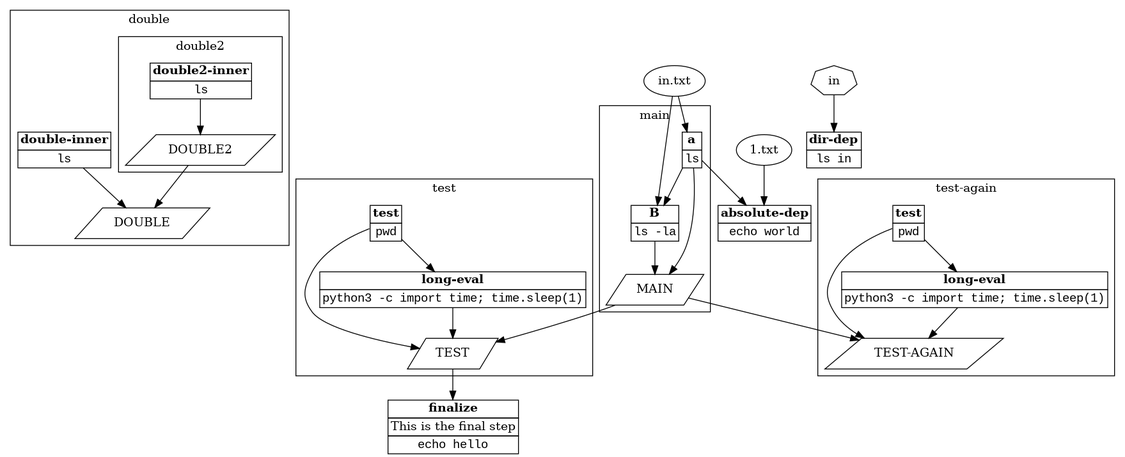
Earlier version of the Graphviz export examples/example/graph.png (tivvit/yap). Its source is kept beside it as examples/example/graph.dot.
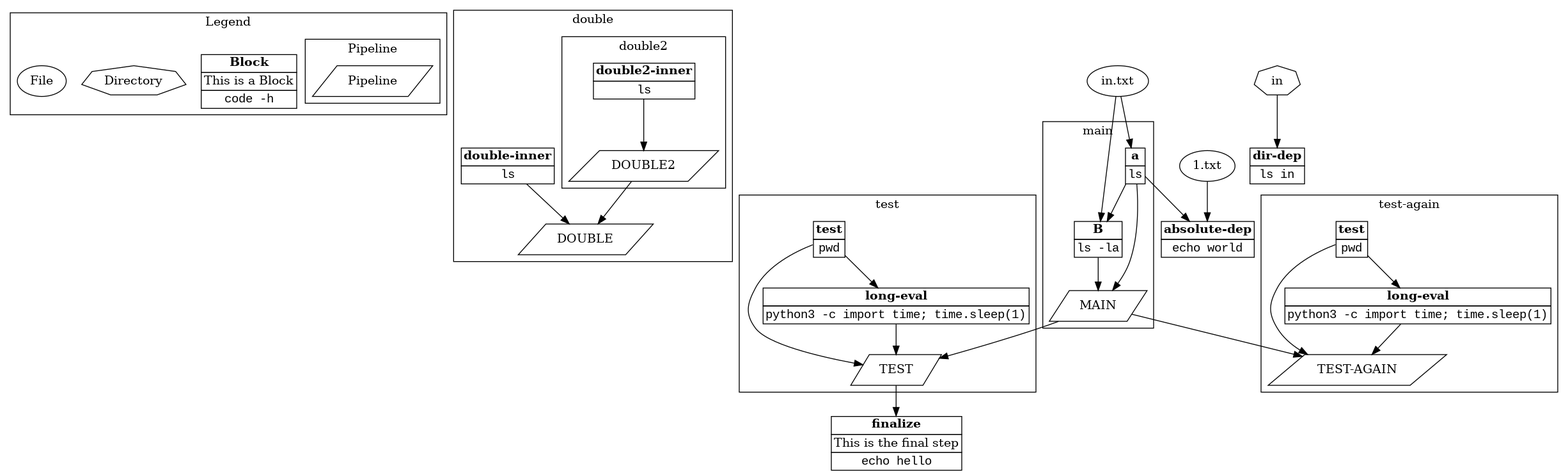
After the change.

The edit, as a diff of the source:
```diff
@@ -1,63 +1,75 @@
 digraph  {
-	subgraph cluster_s0 {
-		ID = "cluster_s0";
+	subgraph cluster_s4 {
+		ID = "cluster_s4";
+		subgraph cluster_s0 {
+			ID = "cluster_s0";
+			label="Pipeline";
+			n22[label="Pipeline",shape="parallelogram"];
+
+		}label="Legend";
+		n23[label=<<table border="0" cellborder="1" cellspacing="0"><tr><td><b>Block</b></td></tr><tr><td>This is a Block</td></tr><tr><td><font face="Courier New, Courier, monospace">code -h</font></td></tr></table>>,shape="plain"];
+		n21[label="Directory",shape="septagon"];
+		n20[label="File",shape="oval"];
+
+	}subgraph cluster_s3 {
+		ID = "cluster_s3";
 		subgraph cluster_s0 {
 			ID = "cluster_s0";
 			label="double2";
-			n2[label="DOUBLE2",shape="parallelogram"];
-			n3[label=<<table border="0" cellborder="1" cellspacing="0"><tr><td><b>double2-inner</b></td></tr><tr><td><font face="Courier New, Courier, monospace">ls</font></td></tr></table>>,shape="plain"];
+			n14[label="DOUBLE2",shape="parallelogram"];
+			n15[label=<<table border="0" cellborder="1" cellspacing="0"><tr><td><b>double2-inner</b></td></tr><tr><td><font face="Courier New, Courier, monospace">ls</font></td></tr></table>>,shape="plain"];
 
 		}label="double";
-		n1[label="DOUBLE",shape="parallelogram"];
-		n4[label=<<table border="0" cellborder="1" cellspacing="0"><tr><td><b>double-inner</b></td></tr><tr><td><font face="Courier New, Courier, monospace">ls</font></td></tr></table>>,shape="plain"];
+		n13[label="DOUBLE",shape="parallelogram"];
+		n16[label=<<table border="0" cellborder="1" cellspacing="0"><tr><td><b>double-inner</b></td></tr><tr><td><font face="Courier New, Courier, monospace">ls</font></td></tr></table>>,shape="plain"];
+
+	}subgraph cluster_s1 {
+		ID = "cluster_s1";
+		label="main";
+		n8[label=<<table border="0" cellborder="1" cellspacing="0"><tr><td><b>B</b></td></tr><tr><td><font face="Courier New, Courier, monospace">ls -la</font></td></tr></table>>,shape="plain"];
+		n6[label="MAIN",shape="parallelogram"];
+		n7[label=<<table border="0" cellborder="1" cellspacing="0"><tr><td><b>a</b></td></tr><tr><td><font face="Courier New, Courier, monospace">ls</font></td></tr></table>>,shape="plain"];
+
+	}subgraph cluster_s0 {
+		ID = "cluster_s0";
+		label="test";
+		n1[label="TEST",shape="parallelogram"];
+		n2[label=<<table border="0" cellborder="1" cellspacing="0"><tr><td><b>long-eval</b></td></tr><tr><td><font face="Courier New, Courier, monospace">python3 -c import time; time.sleep(1)</font></td></tr></table>>,shape="plain"];
+		n3[label=<<table border="0" cellborder="1" cellspacing="0"><tr><td><b>test</b></td></tr><tr><td><font face="Courier New, Courier, monospace">pwd</font></td></tr></table>>,shape="plain"];
 
 	}subgraph cluster_s2 {
 		ID = "cluster_s2";
-		label="main";
-		n11[label=<<table border="0" cellborder="1" cellspacing="0"><tr><td><b>B</b></td></tr><tr><td><font face="Courier New, Courier, monospace">ls -la</font></td></tr></table>>,shape="plain"];
-		n10[label="MAIN",shape="parallelogram"];
-		n12[label=<<table border="0" cellborder="1" cellspacing="0"><tr><td><b>a</b></td></tr><tr><td><font face="Courier New, Courier, monospace">ls</font></td></tr></table>>,shape="plain"];
-
-	}subgraph cluster_s1 {
-		ID = "cluster_s1";
-		label="test";
-		n6[label="TEST",shape="parallelogram"];
-		n8[label=<<table border="0" cellborder="1" cellspacing="0"><tr><td><b>long-eval</b></td></tr><tr><td><font face="Courier New, Courier, monospace">python3 -c import time; time.sleep(1)</font></td></tr></table>>,shape="plain"];
-		n7[label=<<table border="0" cellborder="1" cellspacing="0"><tr><td><b>test</b></td></tr><tr><td><font face="Courier New, Courier, monospace">pwd</font></td></tr></table>>,shape="plain"];
-
-	}subgraph cluster_s3 {
-		ID = "cluster_s3";
 		label="test-again";
-		n14[label="TEST-AGAIN",shape="parallelogram"];
-		n16[label=<<table border="0" cellborder="1" cellspacing="0"><tr><td><b>long-eval</b></td></tr><tr><td><font face="Courier New, Courier, monospace">python3 -c import time; time.sleep(1)</font></td></tr></table>>,shape="plain"];
-		n15[label=<<table border="0" cellborder="1" cellspacing="0"><tr><td><b>test</b></td></tr><tr><td><font face="Courier New, Courier, monospace">pwd</font></td></tr></table>>,shape="plain"];
+		n10[label="TEST-AGAIN",shape="parallelogram"];
+		n11[label=<<table border="0" cellborder="1" cellspacing="0"><tr><td><b>long-eval</b></td></tr><tr><td><font face="Courier New, Courier, monospace">python3 -c import time; time.sleep(1)</font></td></tr></table>>,shape="plain"];
+		n12[label=<<table border="0" cellborder="1" cellspacing="0"><tr><td><b>test</b></td></tr><tr><td><font face="Courier New, Courier, monospace">pwd</font></td></tr></table>>,shape="plain"];
 
 	}
-	n17[label="1.txt",shape="oval"];
+	n18[label="1.txt",shape="oval"];
 	n5[label=<<table border="0" cellborder="1" cellspacing="0"><tr><td><b>absolute-dep</b></td></tr><tr><td><font face="Courier New, Courier, monospace">echo world</font></td></tr></table>>,shape="plain"];
-	n9[label=<<table border="0" cellborder="1" cellspacing="0"><tr><td><b>dir-dep</b></td></tr><tr><td><font face="Courier New, Courier, monospace">ls in</font></td></tr></table>>,shape="plain"];
-	n13[label=<<table border="0" cellborder="1" cellspacing="0"><tr><td><b>finalize</b></td></tr><tr><td>This is the final step</td></tr><tr><td><font face="Courier New, Courier, monospace">echo hello</font></td></tr></table>>,shape="plain"];
-	n18[label="in",shape="septagon"];
+	n4[label=<<table border="0" cellborder="1" cellspacing="0"><tr><td><b>dir-dep</b></td></tr><tr><td><font face="Courier New, Courier, monospace">ls in</font></td></tr></table>>,shape="plain"];
+	n9[label=<<table border="0" cellborder="1" cellspacing="0"><tr><td><b>finalize</b></td></tr><tr><td>This is the final step</td></tr><tr><td><font face="Courier New, Courier, monospace">echo hello</font></td></tr></table>>,shape="plain"];
+	n17[label="in",shape="septagon"];
 	n19[label="in.txt",shape="oval"];
-	n17->n5;
+	n18->n5;
+	n8->n6;
+	n14->n13;
+	n6->n1;
+	n6->n10;
+	n1->n9;
+	n7->n6;
+	n7->n5;
+	n7->n8;
+	n16->n13;
+	n15->n14;
+	n17->n4;
+	n19->n7;
+	n19->n8;
+	n2->n1;
 	n11->n10;
-	n2->n1;
-	n10->n6;
-	n10->n14;
-	n6->n13;
+	n3->n1;
+	n3->n2;
+	n12->n10;
 	n12->n11;
-	n12->n10;
-	n12->n5;
-	n4->n1;
-	n3->n2;
-	n18->n9;
-	n19->n11;
-	n19->n12;
-	n8->n6;
-	n16->n14;
-	n7->n6;
-	n7->n8;
-	n15->n16;
-	n15->n14;
 
 }
```
